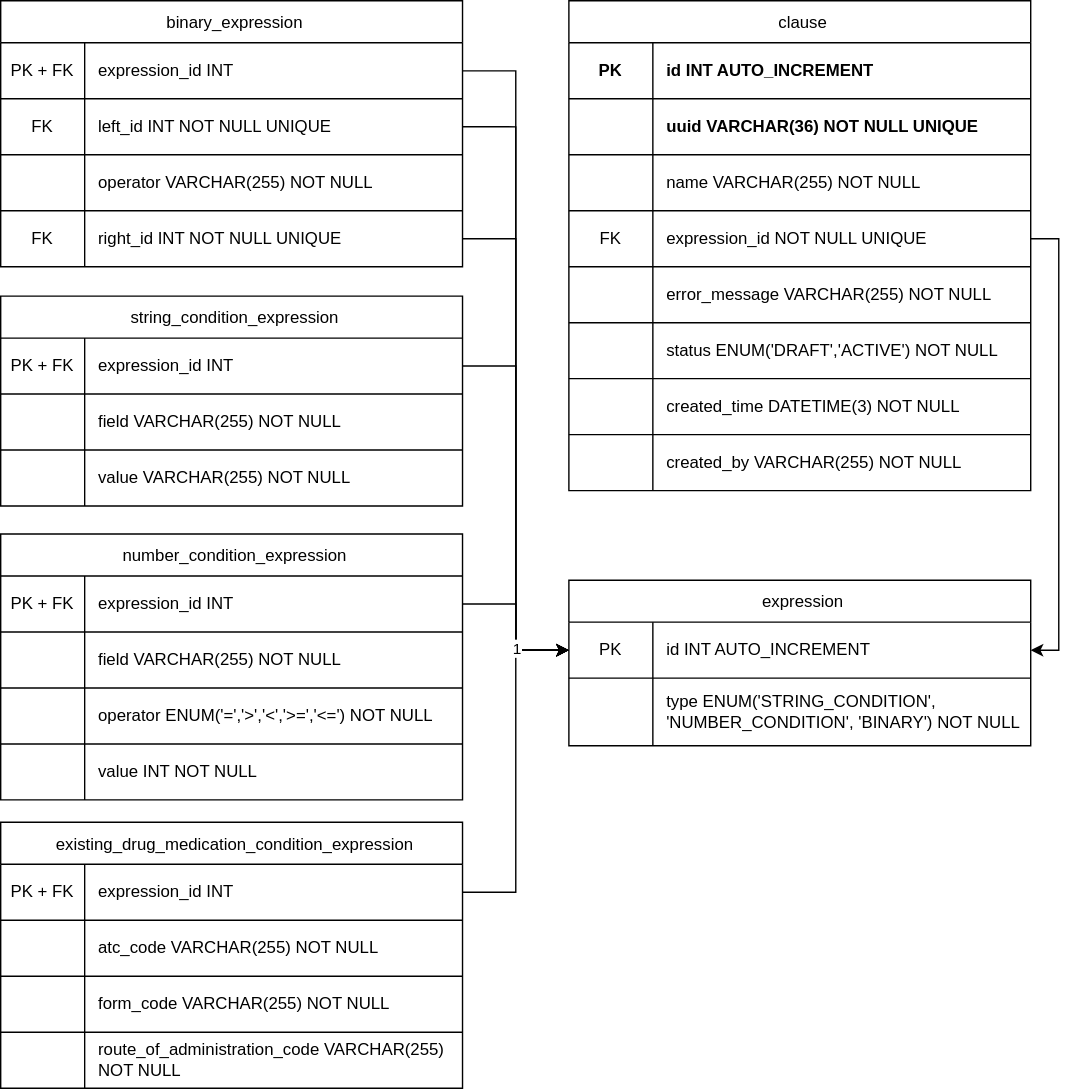
Earlier version of the draw.io export documentation/src/main/resources/images/data_model.svg (KvalitetsIT/klausuleret-tilskud-valideringskomponent). Source tidied: cells renumbered, new cells last; positions are measured from the earlier drawing's top-left corner, leaving out a move shared by most shapes.
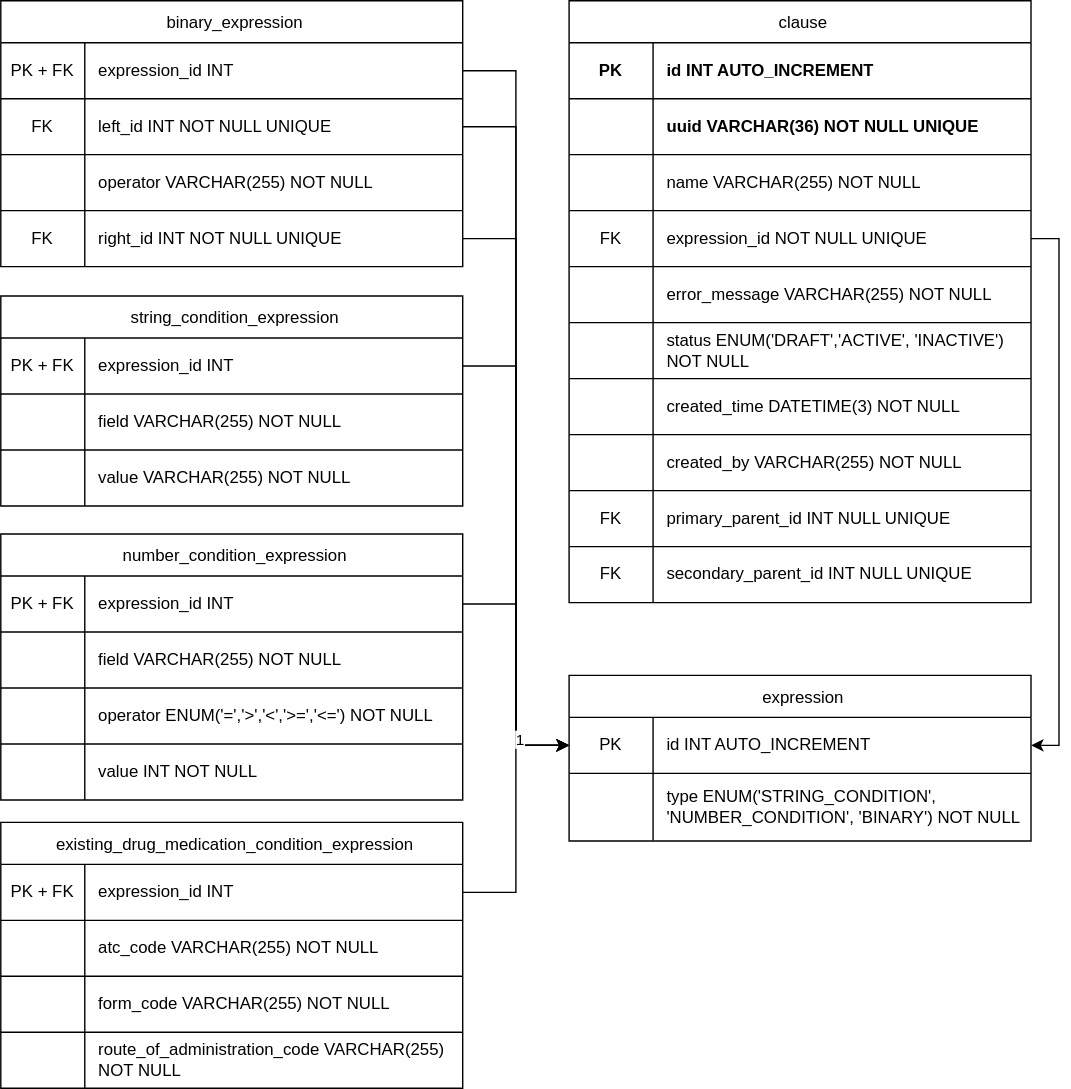
The same file after the commit.

Change to the diagram source:
```diff
@@ -9,7 +9,7 @@
       <mxGeometry relative="1" as="geometry" />
     </mxCell>
     <mxCell id="4" value="clause" style="shape=table;startSize=30;spacingLeft=5;" parent="1" vertex="1">
-      <mxGeometry x="406" width="330" height="350" as="geometry" />
+      <mxGeometry x="406" width="330" height="430" as="geometry" />
     </mxCell>
     <mxCell id="5" style="shape=tableRow;horizontal=0;startSize=0;swimlaneHead=0;swimlaneBody=0;strokeColor=inherit;top=0;left=0;bottom=0;right=0;fillColor=none;fontStyle=1;" parent="4" vertex="1">
       <mxGeometry y="30" width="330" height="40" as="geometry" />
@@ -62,7 +62,7 @@
     <mxCell id="21" style="shape=partialRectangle;html=1;whiteSpace=wrap;strokeColor=inherit;overflow=hidden;fillColor=none;top=0;left=0;bottom=0;right=0;" parent="20" vertex="1">
       <mxGeometry width="60" height="40" as="geometry" />
     </mxCell>
-    <mxCell id="22" value="status ENUM('DRAFT','ACTIVE') NOT NULL" style="shape=partialRectangle;html=1;whiteSpace=wrap;strokeColor=inherit;overflow=hidden;fillColor=none;top=0;left=0;bottom=0;right=0;align=left;spacingLeft=8;" parent="20" vertex="1">
+    <mxCell id="22" value="status ENUM('DRAFT','ACTIVE', 'INACTIVE') NOT NULL" style="shape=partialRectangle;html=1;whiteSpace=wrap;strokeColor=inherit;overflow=hidden;fillColor=none;top=0;left=0;bottom=0;right=0;align=left;spacingLeft=8;" parent="20" vertex="1">
       <mxGeometry x="60" width="270" height="40" as="geometry" />
     </mxCell>
     <mxCell id="23" style="shape=tableRow;horizontal=0;startSize=0;swimlaneHead=0;swimlaneBody=0;strokeColor=inherit;top=0;left=0;bottom=0;right=0;fillColor=none;" parent="4" vertex="1">
@@ -83,6 +83,24 @@
     <mxCell id="28" value="created_by VARCHAR(255) NOT NULL" style="shape=partialRectangle;html=1;whiteSpace=wrap;strokeColor=inherit;overflow=hidden;fillColor=none;top=0;left=0;bottom=0;right=0;align=left;spacingLeft=8;" parent="26" vertex="1">
       <mxGeometry x="60" width="270" height="40" as="geometry" />
     </mxCell>
+    <mxCell id="91" style="shape=tableRow;horizontal=0;startSize=0;swimlaneHead=0;swimlaneBody=0;strokeColor=inherit;top=0;left=0;bottom=0;right=0;fillColor=none;" parent="4" vertex="1">
+      <mxGeometry y="350" width="330" height="40" as="geometry" />
+    </mxCell>
+    <mxCell id="92" value="FK" style="shape=partialRectangle;html=1;whiteSpace=wrap;strokeColor=inherit;overflow=hidden;fillColor=none;top=0;left=0;bottom=0;right=0;" parent="91" vertex="1">
+      <mxGeometry width="60" height="40" as="geometry" />
+    </mxCell>
+    <mxCell id="93" value="primary_parent_id INT NULL UNIQUE" style="shape=partialRectangle;html=1;whiteSpace=wrap;strokeColor=inherit;overflow=hidden;fillColor=none;top=0;left=0;bottom=0;right=0;align=left;spacingLeft=8;" parent="91" vertex="1">
+      <mxGeometry x="60" width="270" height="40" as="geometry" />
+    </mxCell>
+    <mxCell id="94" style="shape=tableRow;horizontal=0;startSize=0;swimlaneHead=0;swimlaneBody=0;strokeColor=inherit;top=0;left=0;bottom=0;right=0;fillColor=none;" parent="4" vertex="1">
+      <mxGeometry y="390" width="330" height="40" as="geometry" />
+    </mxCell>
+    <mxCell id="95" value="FK" style="shape=partialRectangle;html=1;whiteSpace=wrap;strokeColor=inherit;overflow=hidden;fillColor=none;top=0;left=0;bottom=0;right=0;" parent="94" vertex="1">
+      <mxGeometry width="60" height="40" as="geometry" />
+    </mxCell>
+    <mxCell id="96" value="secondary_parent_id INT NULL UNIQUE" style="shape=partialRectangle;html=1;whiteSpace=wrap;strokeColor=inherit;overflow=hidden;fillColor=none;top=0;left=0;bottom=0;right=0;align=left;spacingLeft=8;" parent="94" vertex="1">
+      <mxGeometry x="60" width="270" height="40" as="geometry" />
+    </mxCell>
     <mxCell id="29" value="string_condition_expression" style="shape=table;startSize=30;spacingLeft=5;" parent="1" vertex="1">
       <mxGeometry y="211" width="330" height="150" as="geometry" />
     </mxCell>
@@ -171,7 +189,7 @@
       <mxGeometry relative="1" as="geometry" />
     </mxCell>
     <mxCell id="58" value="expression" style="shape=table;startSize=30;spacingLeft=5;" parent="1" vertex="1">
-      <mxGeometry x="406" y="414" width="330" height="118.3" as="geometry" />
+      <mxGeometry x="406" y="482" width="330" height="118.3" as="geometry" />
     </mxCell>
     <mxCell id="59" style="shape=tableRow;horizontal=0;startSize=0;swimlaneHead=0;swimlaneBody=0;strokeColor=inherit;top=0;left=0;bottom=0;right=0;fillColor=none;points=[[0,0.5],[1,0.5]];portConstraint=eastwest;fontStyle=1;" parent="58" vertex="1">
       <mxGeometry y="30" width="330" height="40" as="geometry" />
```
